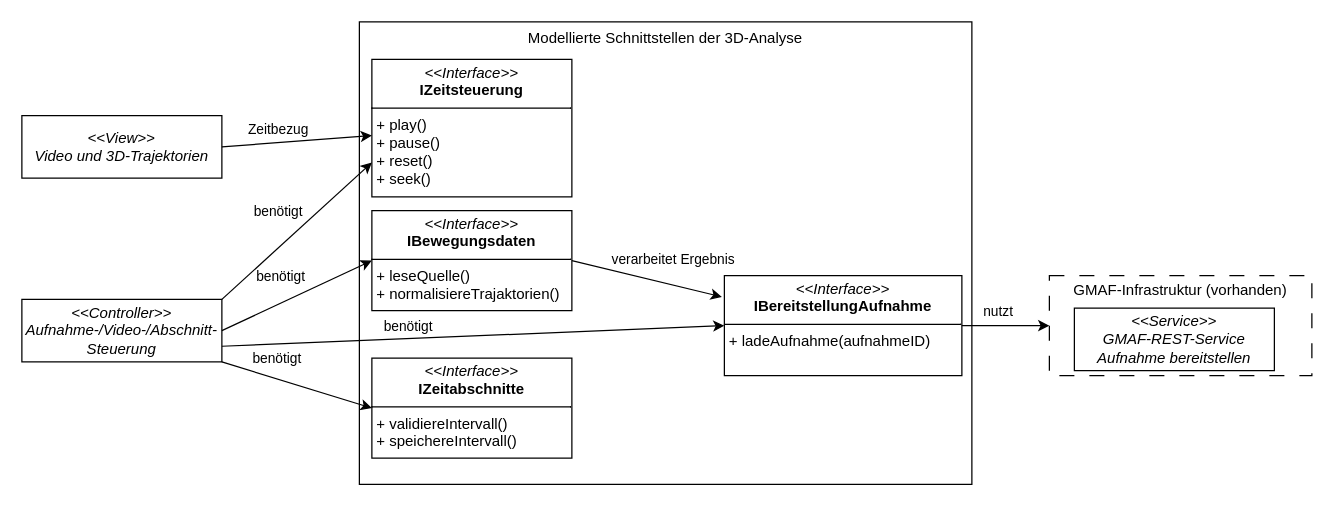
Above: 14_Dienstemodell.drawio in mfneu/fapra (draw.io), before the change. Source tidied: cells renumbered, new cells numbered last; positions are measured from the earlier drawing's top-left corner, leaving out a move shared by most shapes. Both pictures are drawn from the tidied source at 125%, with x=0, y=0 at pixel (21, 21).
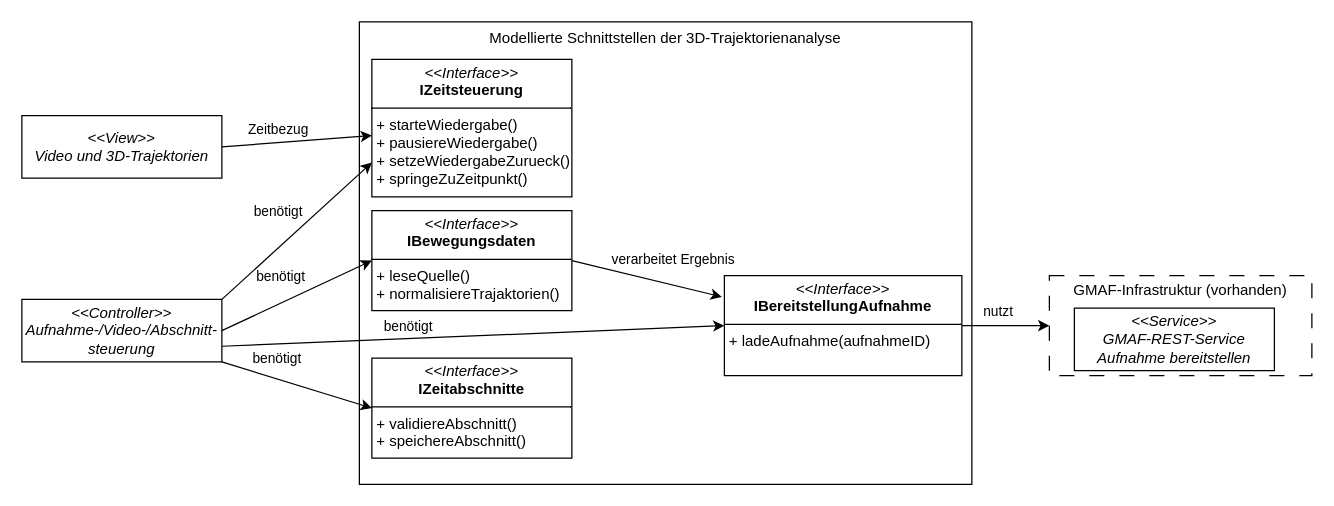
The same page after the edit.

Diff of the diagram source:
```diff
@@
-    <mxCell id="2" value="Modellierte Schnittstellen der 3D-Analyse&lt;div&gt;&lt;br&gt;&lt;/div&gt;&lt;div&gt;&lt;br&gt;&lt;/div&gt;&lt;div&gt;&lt;br&gt;&lt;/div&gt;&lt;div&gt;&lt;br&gt;&lt;/div&gt;&lt;div&gt;&lt;br&gt;&lt;/div&gt;&lt;div&gt;&lt;br&gt;&lt;/div&gt;&lt;div&gt;&lt;br&gt;&lt;/div&gt;&lt;div&gt;&lt;br&gt;&lt;/div&gt;&lt;div&gt;&lt;br&gt;&lt;/div&gt;&lt;div&gt;&lt;br&gt;&lt;/div&gt;&lt;div&gt;&lt;br&gt;&lt;/div&gt;&lt;div&gt;&lt;br&gt;&lt;/div&gt;&lt;div&gt;&lt;br&gt;&lt;/div&gt;&lt;div&gt;&lt;br&gt;&lt;/div&gt;&lt;div&gt;&lt;br&gt;&lt;/div&gt;&lt;div&gt;&lt;br&gt;&lt;/div&gt;&lt;div&gt;&lt;br&gt;&lt;/div&gt;&lt;div&gt;&lt;br&gt;&lt;/div&gt;&lt;div&gt;&lt;br&gt;&lt;/div&gt;&lt;div&gt;&lt;br&gt;&lt;/div&gt;&lt;div&gt;&lt;br&gt;&lt;/div&gt;&lt;div&gt;&lt;br&gt;&lt;/div&gt;&lt;div&gt;&lt;br&gt;&lt;/div&gt;&lt;div&gt;&lt;br&gt;&lt;/div&gt;" style="rounded=0;whiteSpace=wrap;html=1;" parent="1" vertex="1">
+    <mxCell id="2" value="Modellierte Schnittstellen der 3D-Trajektorienanalyse&lt;div&gt;&lt;br&gt;&lt;/div&gt;&lt;div&gt;&lt;br&gt;&lt;/div&gt;&lt;div&gt;&lt;br&gt;&lt;/div&gt;&lt;div&gt;&lt;br&gt;&lt;/div&gt;&lt;div&gt;&lt;br&gt;&lt;/div&gt;&lt;div&gt;&lt;br&gt;&lt;/div&gt;&lt;div&gt;&lt;br&gt;&lt;/div&gt;&lt;div&gt;&lt;br&gt;&lt;/div&gt;&lt;div&gt;&lt;br&gt;&lt;/div&gt;&lt;div&gt;&lt;br&gt;&lt;/div&gt;&lt;div&gt;&lt;br&gt;&lt;/div&gt;&lt;div&gt;&lt;br&gt;&lt;/div&gt;&lt;div&gt;&lt;br&gt;&lt;/div&gt;&lt;div&gt;&lt;br&gt;&lt;/div&gt;&lt;div&gt;&lt;br&gt;&lt;/div&gt;&lt;div&gt;&lt;br&gt;&lt;/div&gt;&lt;div&gt;&lt;br&gt;&lt;/div&gt;&lt;div&gt;&lt;br&gt;&lt;/div&gt;&lt;div&gt;&lt;br&gt;&lt;/div&gt;&lt;div&gt;&lt;br&gt;&lt;/div&gt;&lt;div&gt;&lt;br&gt;&lt;/div&gt;&lt;div&gt;&lt;br&gt;&lt;/div&gt;&lt;div&gt;&lt;br&gt;&lt;/div&gt;&lt;div&gt;&lt;br&gt;&lt;/div&gt;" style="rounded=0;whiteSpace=wrap;html=1;" parent="1" vertex="1">
       <mxGeometry x="270" width="490" height="370" as="geometry" />
     </mxCell>
@@
-    <mxCell id="4" value="&lt;p style=&quot;margin:0px;margin-top:4px;text-align:center;&quot;&gt;&lt;i&gt;&amp;lt;&amp;lt;Interface&amp;gt;&amp;gt;&lt;/i&gt;&lt;br&gt;&lt;b&gt;IZeitabschnitte&lt;/b&gt;&lt;/p&gt;&lt;hr size=&quot;1&quot; style=&quot;border-style:solid;&quot;&gt;&lt;p style=&quot;margin:0px;margin-left:4px;&quot;&gt;+ validiereIntervall()&lt;br&gt;+ speichereIntervall()&lt;/p&gt;" style="verticalAlign=top;align=left;overflow=fill;html=1;whiteSpace=wrap;" parent="1" vertex="1">
+    <mxCell id="4" value="&lt;p style=&quot;margin:0px;margin-top:4px;text-align:center;&quot;&gt;&lt;i&gt;&amp;lt;&amp;lt;Interface&amp;gt;&amp;gt;&lt;/i&gt;&lt;br&gt;&lt;b&gt;IZeitabschnitte&lt;/b&gt;&lt;/p&gt;&lt;hr size=&quot;1&quot; style=&quot;border-style:solid;&quot;&gt;&lt;p style=&quot;margin:0px;margin-left:4px;&quot;&gt;+ validiereAbschnitt()&lt;br&gt;+ speichereAbschnitt()&lt;/p&gt;" style="verticalAlign=top;align=left;overflow=fill;html=1;whiteSpace=wrap;" parent="1" vertex="1">
       <mxGeometry x="280" y="269" width="160" height="80" as="geometry" />
     </mxCell>
@@
-    <mxCell id="6" value="&lt;p style=&quot;margin:0px;margin-top:4px;text-align:center;&quot;&gt;&lt;i&gt;&amp;lt;&amp;lt;Interface&amp;gt;&amp;gt;&lt;/i&gt;&lt;br&gt;&lt;b&gt;IZeitsteuerung&lt;/b&gt;&lt;/p&gt;&lt;hr size=&quot;1&quot; style=&quot;border-style:solid;&quot;&gt;&lt;p style=&quot;margin:0px;margin-left:4px;&quot;&gt;+ play()&lt;/p&gt;&lt;p style=&quot;margin:0px;margin-left:4px;&quot;&gt;+ pause()&lt;br&gt;+ reset()&lt;/p&gt;&lt;p style=&quot;margin:0px;margin-left:4px;&quot;&gt;+ seek()&lt;/p&gt;" style="verticalAlign=top;align=left;overflow=fill;html=1;whiteSpace=wrap;" parent="1" vertex="1">
+    <mxCell id="6" value="&lt;p style=&quot;margin:0px;margin-top:4px;text-align:center;&quot;&gt;&lt;i&gt;&amp;lt;&amp;lt;Interface&amp;gt;&amp;gt;&lt;/i&gt;&lt;br&gt;&lt;b&gt;IZeitsteuerung&lt;/b&gt;&lt;/p&gt;&lt;hr size=&quot;1&quot; style=&quot;border-style:solid;&quot;&gt;&lt;p style=&quot;margin:0px;margin-left:4px;&quot;&gt;+ starteWiedergabe()&lt;/p&gt;&lt;p style=&quot;margin:0px;margin-left:4px;&quot;&gt;+ pausiereWiedergabe()&lt;br&gt;+ setzeWiedergabeZurueck()&lt;/p&gt;&lt;p style=&quot;margin:0px;margin-left:4px;&quot;&gt;+ springeZuZeitpunkt()&lt;/p&gt;" style="verticalAlign=top;align=left;overflow=fill;html=1;whiteSpace=wrap;" parent="1" vertex="1">
       <mxGeometry x="280" y="30" width="160" height="110" as="geometry" />
     </mxCell>
@@
-    <mxCell id="9" value="&lt;i&gt;&amp;lt;&amp;lt;Controller&amp;gt;&amp;gt;&lt;/i&gt;&lt;div&gt;&lt;i&gt;Aufnahme-/Video-/Abschnitt-Steuerung&lt;/i&gt;&lt;/div&gt;" style="html=1;whiteSpace=wrap;" parent="1" vertex="1">
+    <mxCell id="9" value="&lt;i&gt;&amp;lt;&amp;lt;Controller&amp;gt;&amp;gt;&lt;/i&gt;&lt;div&gt;&lt;i&gt;Aufnahme-/Video-/Abschnitt-steuerung&lt;/i&gt;&lt;/div&gt;" style="html=1;whiteSpace=wrap;" parent="1" vertex="1">
       <mxGeometry y="222" width="160" height="50" as="geometry" />
     </mxCell>
```
